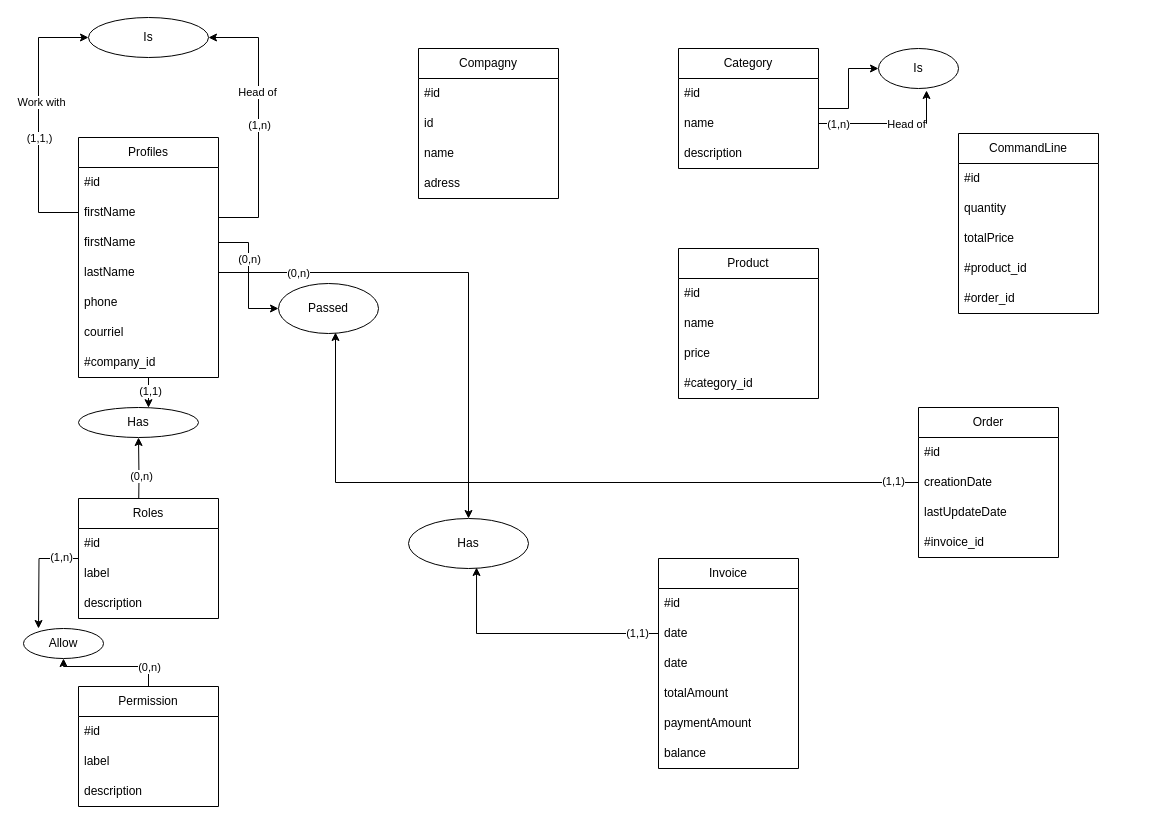
Above: page "MLD" (2 of 2) of gestion-commerciale.drawio in LorinceTawamba/gestion-commerciale (draw.io), before the change. Source tidied: cells renumbered, new cells numbered last; positions are measured from the earlier drawing's top-left corner, leaving out a move shared by most shapes. Both pictures are drawn from the tidied source at 100%, with x=0, y=0 at pixel (23, 17).
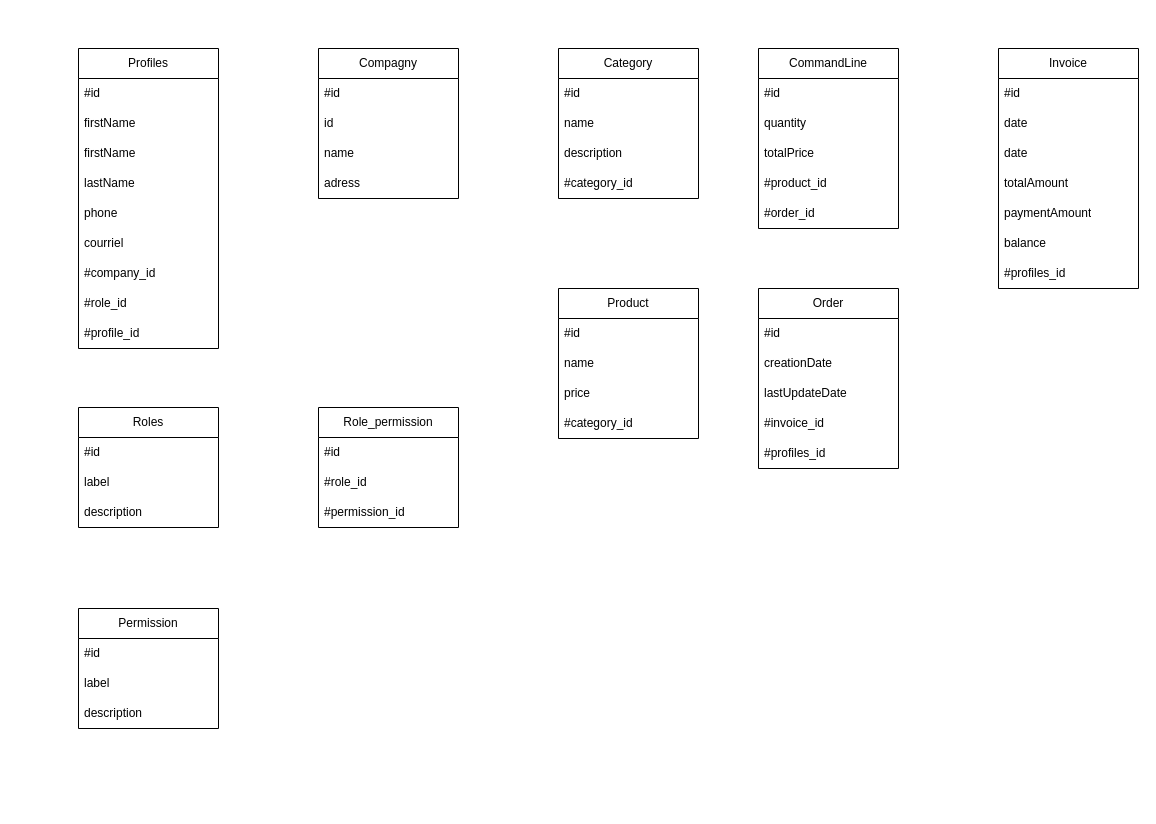
After the change.

Commit message:
Mettre à jour gestion-commerciale.drawio

The change refers to these unchanged cells:
```xml
<mxCell id="11" value="firstName" style="text;strokeColor=none;fillColor=none;align=left;verticalAlign=middle;spacingLeft=4;spacingRight=4;overflow=hidden;points=[[0,0.5],[1,0.5]];portConstraint=eastwest;whiteSpace=wrap;html=1;" parent="9" vertex="1">
  <mxGeometry y="60" width="140" height="30" as="geometry" />
</mxCell>
<mxCell id="13" value="lastName" style="text;strokeColor=none;fillColor=none;align=left;verticalAlign=middle;spacingLeft=4;spacingRight=4;overflow=hidden;points=[[0,0.5],[1,0.5]];portConstraint=eastwest;whiteSpace=wrap;html=1;" parent="9" vertex="1">
  <mxGeometry y="120" width="140" height="30" as="geometry" />
</mxCell>
<mxCell id="46" value="name" style="text;strokeColor=none;fillColor=none;align=left;verticalAlign=middle;spacingLeft=4;spacingRight=4;overflow=hidden;points=[[0,0.5],[1,0.5]];portConstraint=eastwest;whiteSpace=wrap;html=1;" parent="44" vertex="1">
  <mxGeometry y="60" width="140" height="30" as="geometry" />
</mxCell>
<mxCell id="73" value="date" style="text;strokeColor=none;fillColor=none;align=left;verticalAlign=middle;spacingLeft=4;spacingRight=4;overflow=hidden;points=[[0,0.5],[1,0.5]];portConstraint=eastwest;whiteSpace=wrap;html=1;" parent="71" vertex="1">
  <mxGeometry y="60" width="140" height="30" as="geometry" />
</mxCell>
```

Diff of the diagram source:
```diff
@@
-    <mxCell id="2" style="edgeStyle=orthogonalEdgeStyle;rounded=0;jettySize=auto;html=1;" parent="1" edge="1" source="9" target="17">
-      <mxGeometry relative="1" as="geometry">
-        <Array as="points">
-          <mxPoint x="235" y="200" />
-          <mxPoint x="235" y="20" />
-        </Array>
-      </mxGeometry>
-    </mxCell>
-    <mxCell id="3" value="Head of" style="edgeLabel;html=1;align=center;verticalAlign=middle;" parent="2" vertex="1">
-      <mxGeometry x="0.23" y="2" relative="1" as="geometry" />
-    </mxCell>
-    <mxCell id="4" value="(1,n)" style="edgeLabel;html=1;align=center;verticalAlign=middle;" parent="2" vertex="1">
-      <mxGeometry x="0.34" relative="1" as="geometry">
-        <mxPoint y="48" as="offset" />
-      </mxGeometry>
-    </mxCell>
-    <mxCell id="5" style="edgeStyle=orthogonalEdgeStyle;rounded=0;jettySize=auto;html=1;" parent="1" edge="1" source="9" target="29">
-      <mxGeometry relative="1" as="geometry">
-        <Array as="points">
-          <mxPoint x="115" y="350" />
-          <mxPoint x="115" y="350" />
-        </Array>
-      </mxGeometry>
-    </mxCell>
-    <mxCell id="6" value="(1,1)" style="edgeLabel;html=1;align=center;verticalAlign=middle;" parent="5" vertex="1">
-      <mxGeometry x="-0.13" y="1" relative="1" as="geometry" />
-    </mxCell>
-    <mxCell id="7" style="edgeStyle=orthogonalEdgeStyle;rounded=0;jettySize=auto;html=1;entryX=0;entryY=0.5;entryDx=0;entryDy=0;" parent="1" edge="1" source="9" target="37">
-      <mxGeometry relative="1" as="geometry">
-        <Array as="points">
-          <mxPoint x="225" y="225" />
-          <mxPoint x="225" y="291" />
-        </Array>
-      </mxGeometry>
-    </mxCell>
-    <mxCell id="8" value="(0,n)" style="edgeLabel;html=1;align=center;verticalAlign=middle;" parent="7" vertex="1">
-      <mxGeometry x="0.12" relative="1" as="geometry">
-        <mxPoint y="-25" as="offset" />
-      </mxGeometry>
-    </mxCell>
     <mxCell id="9" value="Profiles" style="swimlane;fontStyle=0;horizontal=1;startSize=30;whiteSpace=wrap;html=1;" parent="1" vertex="1">
-      <mxGeometry x="55" y="120" width="140" height="240" as="geometry" />
+      <mxGeometry x="55" y="31" width="140" height="300" as="geometry" />
     </mxCell>
@@
-    <mxCell id="17" value="Is" style="ellipse;whiteSpace=wrap;html=1;" parent="1" vertex="1">
-      <mxGeometry x="65" width="120" height="40" as="geometry" />
-    </mxCell>
-    <mxCell id="18" style="edgeStyle=orthogonalEdgeStyle;rounded=0;jettySize=auto;html=1;" parent="1" edge="1" source="11" target="17">
-      <mxGeometry relative="1" as="geometry">
-        <Array as="points">
-          <mxPoint x="15" y="195" />
-          <mxPoint x="15" y="20" />
-        </Array>
-      </mxGeometry>
-    </mxCell>
-    <mxCell id="19" value="Work with" style="edgeLabel;html=1;align=center;verticalAlign=middle;" parent="18" vertex="1">
-      <mxGeometry x="0.14" y="-2" relative="1" as="geometry" />
-    </mxCell>
-    <mxCell id="20" value="(1,1,)" style="edgeLabel;html=1;align=center;verticalAlign=middle;" parent="18" vertex="1">
-      <mxGeometry x="-0.13" relative="1" as="geometry" />
-    </mxCell>
-    <mxCell id="21" style="edgeStyle=orthogonalEdgeStyle;rounded=0;jettySize=auto;html=1;entryX=0.5;entryY=1;entryDx=0;entryDy=0;" parent="1" edge="1" target="29">
-      <mxGeometry relative="1" as="geometry">
-        <mxPoint x="115" y="500" as="sourcePoint" />
-      </mxGeometry>
-    </mxCell>
-    <mxCell id="22" value="(0,n)" style="edgeLabel;html=1;align=center;verticalAlign=middle;" parent="21" vertex="1">
-      <mxGeometry x="0.05" y="-2" relative="1" as="geometry" />
-    </mxCell>
-    <mxCell id="23" style="edgeStyle=orthogonalEdgeStyle;rounded=0;jettySize=auto;html=1;" parent="1" edge="1" source="25">
-      <mxGeometry relative="1" as="geometry">
-        <mxPoint x="15" y="611" as="targetPoint" />
-      </mxGeometry>
-    </mxCell>
-    <mxCell id="24" value="(1,n)" style="edgeLabel;html=1;align=center;verticalAlign=middle;" parent="23" vertex="1">
-      <mxGeometry x="-0.67" y="-2" relative="1" as="geometry" />
-    </mxCell>
+    <mxCell id="82" value="#role_id" style="text;strokeColor=none;fillColor=none;align=left;verticalAlign=middle;spacingLeft=4;spacingRight=4;overflow=hidden;whiteSpace=wrap;html=1;" parent="9" vertex="1">
+      <mxGeometry y="240" width="140" height="30" as="geometry" />
+    </mxCell>
+    <mxCell id="83" value="#profile_id" style="text;strokeColor=none;fillColor=none;align=left;verticalAlign=middle;spacingLeft=4;spacingRight=4;overflow=hidden;whiteSpace=wrap;html=1;" parent="9" vertex="1">
+      <mxGeometry y="270" width="140" height="30" as="geometry" />
+    </mxCell>
     <mxCell id="25" value="Roles" style="swimlane;fontStyle=0;horizontal=1;startSize=30;whiteSpace=wrap;html=1;" parent="1" vertex="1">
-      <mxGeometry x="55" y="481" width="140" height="120" as="geometry" />
+      <mxGeometry x="55" y="390" width="140" height="120" as="geometry" />
     </mxCell>
@@
-    <mxCell id="29" value="Has" style="ellipse;whiteSpace=wrap;html=1;" parent="1" vertex="1">
-      <mxGeometry x="55" y="390" width="120" height="30" as="geometry" />
-    </mxCell>
-    <mxCell id="30" style="edgeStyle=orthogonalEdgeStyle;rounded=0;jettySize=auto;html=1;" parent="1" edge="1" source="32" target="36">
-      <mxGeometry relative="1" as="geometry" />
-    </mxCell>
-    <mxCell id="31" value="(0,n)" style="edgeLabel;html=1;align=center;verticalAlign=middle;" parent="30" vertex="1">
-      <mxGeometry x="-0.88" y="1" relative="1" as="geometry">
-        <mxPoint x="1" y="-13" as="offset" />
-      </mxGeometry>
-    </mxCell>
     <mxCell id="32" value="Permission" style="swimlane;fontStyle=0;horizontal=1;startSize=30;whiteSpace=wrap;html=1;" parent="1" vertex="1">
-      <mxGeometry x="55" y="669" width="140" height="120" as="geometry" />
+      <mxGeometry x="55" y="591" width="140" height="120" as="geometry" />
     </mxCell>
@@
-    <mxCell id="36" value="Allow" style="ellipse;whiteSpace=wrap;html=1;" parent="1" vertex="1">
-      <mxGeometry y="611" width="80" height="30" as="geometry" />
-    </mxCell>
-    <mxCell id="37" value="Passed" style="ellipse;whiteSpace=wrap;html=1;" parent="1" vertex="1">
-      <mxGeometry x="255" y="266" width="100" height="50" as="geometry" />
-    </mxCell>
     <mxCell id="38" value="Compagny" style="swimlane;fontStyle=0;horizontal=1;startSize=30;whiteSpace=wrap;html=1;" parent="1" vertex="1">
-      <mxGeometry x="395" y="31" width="140" height="150" as="geometry" />
+      <mxGeometry x="295" y="31" width="140" height="150" as="geometry" />
     </mxCell>
@@
-    <mxCell id="43" style="edgeStyle=orthogonalEdgeStyle;rounded=0;jettySize=auto;html=1;" parent="1" edge="1" source="44" target="48">
-      <mxGeometry relative="1" as="geometry" />
-    </mxCell>
     <mxCell id="44" value="Category" style="swimlane;fontStyle=0;horizontal=1;startSize=30;whiteSpace=wrap;html=1;" parent="1" vertex="1">
-      <mxGeometry x="655" y="31" width="140" height="120" as="geometry" />
+      <mxGeometry x="535" y="31" width="140" height="150" as="geometry" />
     </mxCell>
@@
-    <mxCell id="48" value="Is" style="ellipse;whiteSpace=wrap;html=1;" parent="1" vertex="1">
-      <mxGeometry x="855" y="31" width="80" height="40" as="geometry" />
-    </mxCell>
-    <mxCell id="49" style="edgeStyle=orthogonalEdgeStyle;rounded=0;jettySize=auto;html=1;entryX=0.6;entryY=1.05;entryDx=0;entryDy=0;entryPerimeter=0;" parent="1" edge="1" source="46" target="48">
-      <mxGeometry relative="1" as="geometry" />
-    </mxCell>
-    <mxCell id="50" value="Head of" style="edgeLabel;html=1;align=center;verticalAlign=middle;" parent="49" vertex="1">
-      <mxGeometry x="0.23" relative="1" as="geometry" />
-    </mxCell>
-    <mxCell id="51" value="(1,n)" style="edgeLabel;html=1;align=center;verticalAlign=middle;" parent="49" vertex="1">
-      <mxGeometry x="-0.73" relative="1" as="geometry" />
-    </mxCell>
+    <mxCell id="84" value="#category_id" style="text;strokeColor=none;fillColor=none;align=left;verticalAlign=middle;spacingLeft=4;spacingRight=4;overflow=hidden;whiteSpace=wrap;html=1;" parent="44" vertex="1">
+      <mxGeometry y="120" width="140" height="30" as="geometry" />
+    </mxCell>
     <mxCell id="52" value="Product" style="swimlane;fontStyle=0;horizontal=1;startSize=30;whiteSpace=wrap;html=1;" parent="1" vertex="1">
-      <mxGeometry x="655" y="231" width="140" height="150" as="geometry" />
+      <mxGeometry x="535" y="271" width="140" height="150" as="geometry" />
     </mxCell>
@@
     <mxCell id="57" value="Order" style="swimlane;fontStyle=0;horizontal=1;startSize=30;whiteSpace=wrap;html=1;" parent="1" vertex="1">
-      <mxGeometry x="895" y="390" width="140" height="150" as="geometry" />
+      <mxGeometry x="735" y="271" width="140" height="180" as="geometry" />
     </mxCell>
@@
+    <mxCell id="85" value="#profiles_id" style="text;strokeColor=none;fillColor=none;align=left;verticalAlign=middle;spacingLeft=4;spacingRight=4;overflow=hidden;whiteSpace=wrap;html=1;" parent="57" vertex="1">
+      <mxGeometry y="150" width="140" height="30" as="geometry" />
+    </mxCell>
     <mxCell id="62" value="CommandLine" style="swimlane;fontStyle=0;horizontal=1;startSize=30;whiteSpace=wrap;html=1;" parent="1" vertex="1">
-      <mxGeometry x="935" y="116" width="140" height="180" as="geometry" />
+      <mxGeometry x="735" y="31" width="140" height="180" as="geometry" />
     </mxCell>
@@
-    <mxCell id="68" style="edgeStyle=orthogonalEdgeStyle;rounded=0;jettySize=auto;html=1;entryX=0.57;entryY=0.98;entryDx=0;entryDy=0;entryPerimeter=0;" parent="1" edge="1" source="57" target="37">
-      <mxGeometry relative="1" as="geometry" />
-    </mxCell>
-    <mxCell id="69" value="(1,1)" style="edgeLabel;html=1;align=center;verticalAlign=middle;" parent="68" vertex="1">
-      <mxGeometry x="-0.93" y="-2" relative="1" as="geometry" />
-    </mxCell>
-    <mxCell id="70" value="Has" style="ellipse;whiteSpace=wrap;html=1;" parent="1" vertex="1">
-      <mxGeometry x="385" y="501" width="120" height="50" as="geometry" />
-    </mxCell>
     <mxCell id="71" value="Invoice" style="swimlane;fontStyle=0;horizontal=1;startSize=30;whiteSpace=wrap;html=1;" parent="1" vertex="1">
-      <mxGeometry x="635" y="541" width="140" height="210" as="geometry" />
+      <mxGeometry x="975" y="31" width="140" height="240" as="geometry" />
     </mxCell>
@@
-    <mxCell id="78" style="edgeStyle=orthogonalEdgeStyle;rounded=0;jettySize=auto;html=1;" parent="1" edge="1" source="13" target="70">
-      <mxGeometry relative="1" as="geometry" />
-    </mxCell>
-    <mxCell id="79" value="(0,n)" style="edgeLabel;html=1;align=center;verticalAlign=middle;" parent="78" vertex="1">
-      <mxGeometry x="-0.68" relative="1" as="geometry" />
-    </mxCell>
-    <mxCell id="80" style="edgeStyle=orthogonalEdgeStyle;rounded=0;jettySize=auto;html=1;entryX=0.567;entryY=0.98;entryDx=0;entryDy=0;entryPerimeter=0;" parent="1" edge="1" source="73" target="70">
-      <mxGeometry relative="1" as="geometry" />
-    </mxCell>
-    <mxCell id="81" value="(1,1)" style="edgeLabel;html=1;align=center;verticalAlign=middle;" parent="80" vertex="1">
-      <mxGeometry x="-0.82" y="-1" relative="1" as="geometry" />
-    </mxCell>
+    <mxCell id="86" value="#profiles_id" style="text;strokeColor=none;fillColor=none;align=left;verticalAlign=middle;spacingLeft=4;spacingRight=4;overflow=hidden;whiteSpace=wrap;html=1;" parent="71" vertex="1">
+      <mxGeometry y="210" width="140" height="30" as="geometry" />
+    </mxCell>
+    <mxCell id="87" value="Role_permission" style="swimlane;fontStyle=0;horizontal=1;startSize=30;whiteSpace=wrap;html=1;" parent="1" vertex="1">
+      <mxGeometry x="295" y="390" width="140" height="120" as="geometry" />
+    </mxCell>
+    <mxCell id="88" value="#id" style="text;strokeColor=none;fillColor=none;align=left;verticalAlign=middle;spacingLeft=4;spacingRight=4;overflow=hidden;whiteSpace=wrap;html=1;" parent="87" vertex="1">
+      <mxGeometry y="30" width="140" height="30" as="geometry" />
+    </mxCell>
+    <mxCell id="89" value="#role_id" style="text;strokeColor=none;fillColor=none;align=left;verticalAlign=middle;spacingLeft=4;spacingRight=4;overflow=hidden;whiteSpace=wrap;html=1;" parent="87" vertex="1">
+      <mxGeometry y="60" width="140" height="30" as="geometry" />
+    </mxCell>
+    <mxCell id="90" value="#permission_id" style="text;strokeColor=none;fillColor=none;align=left;verticalAlign=middle;spacingLeft=4;spacingRight=4;overflow=hidden;whiteSpace=wrap;html=1;" parent="87" vertex="1">
+      <mxGeometry y="90" width="140" height="30" as="geometry" />
+    </mxCell>
```
